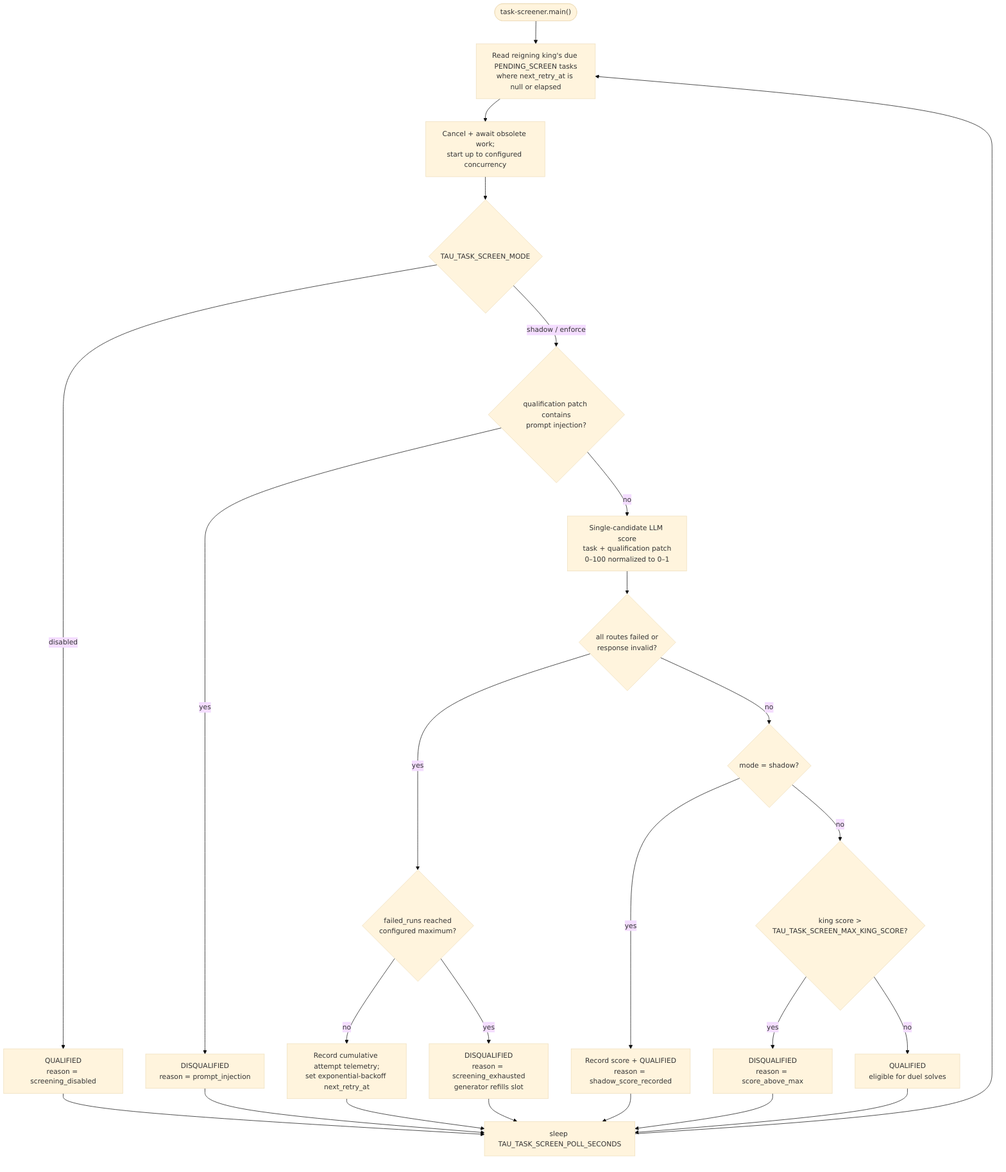
Earlier version of the Mermaid export docs/diagrams/loop-task-screener.png (ninja-subnet/ninja-validator). Its source is kept beside it as docs/diagrams/loop-task-screener.mmd.
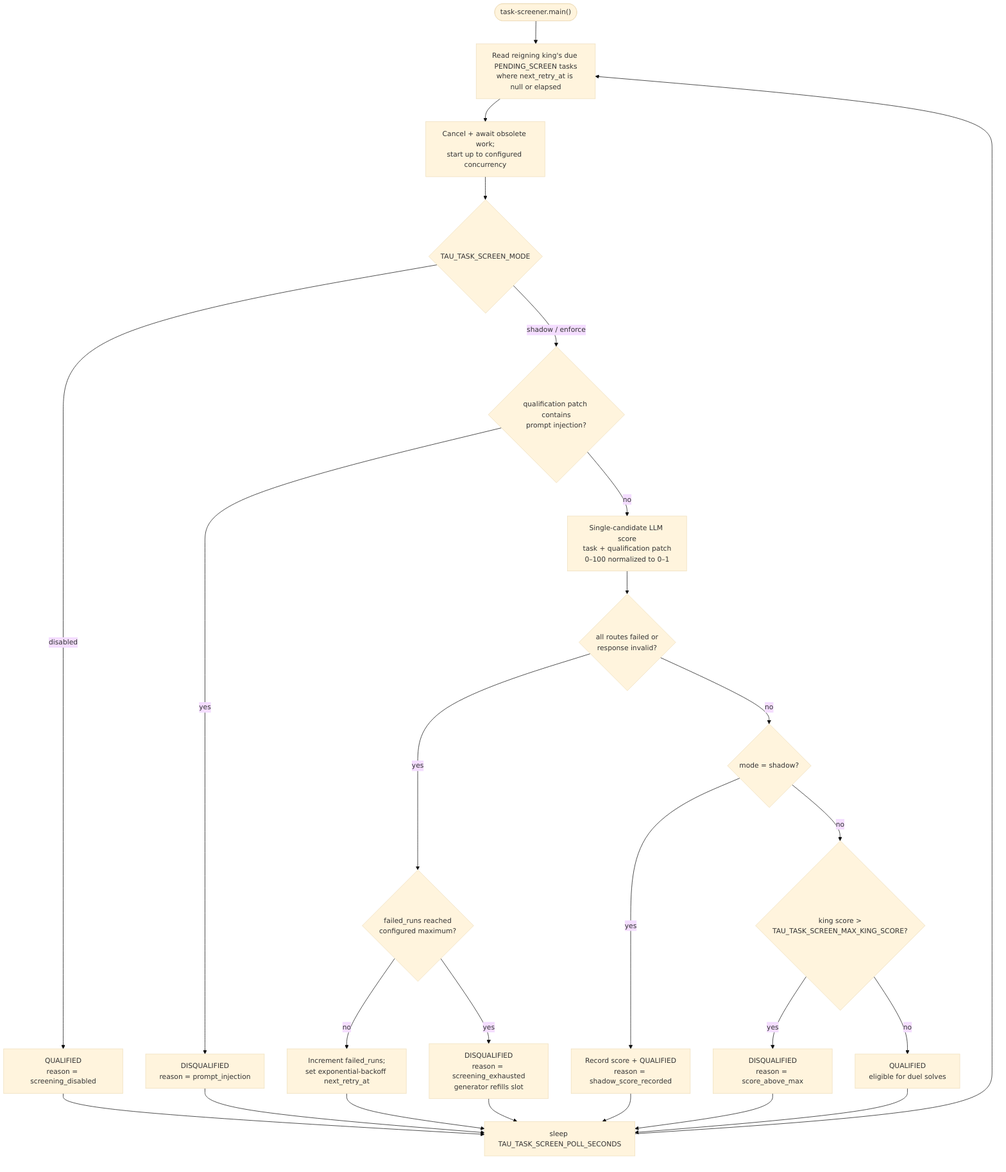
After the commit.

Diff of the diagram source:
```diff
@@ -10,7 +10,7 @@
     injection -- no --> score["Single-candidate LLM score<br/>task + qualification patch<br/>0–100 normalized to 0–1"]
     score --> error{"all routes failed or<br/>response invalid?"}
     error -- yes --> exhausted{"failed_runs reached<br/>configured maximum?"}
-    exhausted -- no --> retry["Record cumulative attempt telemetry;<br/>set exponential-backoff next_retry_at"]
+    exhausted -- no --> retry["Increment failed_runs;<br/>set exponential-backoff next_retry_at"]
     exhausted -- yes --> drop["DISQUALIFIED<br/>reason = screening_exhausted<br/>generator refills slot"]
     error -- no --> shadow{"mode = shadow?"}
     shadow -- yes --> shadowed["Record score + QUALIFIED<br/>reason = shadow_score_recorded"]
```
